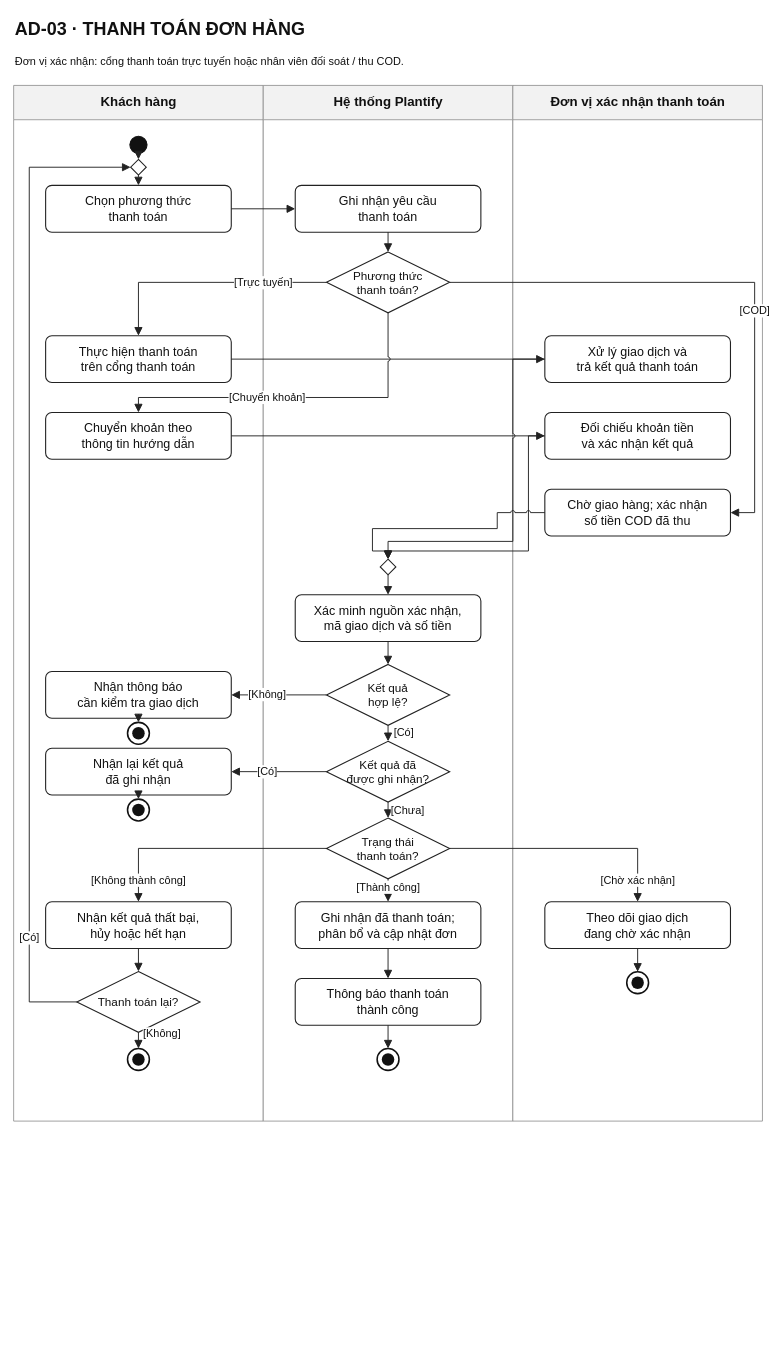
Earlier version of the draw.io diagram docs/activity-diagrams/AD-03-thanh-toan.drawio (quocbao2004/plantify-platform). Source tidied: cells renumbered, new cells numbered last; positions are measured from the earlier drawing's top-left corner, leaving out a move shared by most shapes. Both pictures are drawn from the tidied source at 78%, with x=0, y=0 at pixel (13, 13).
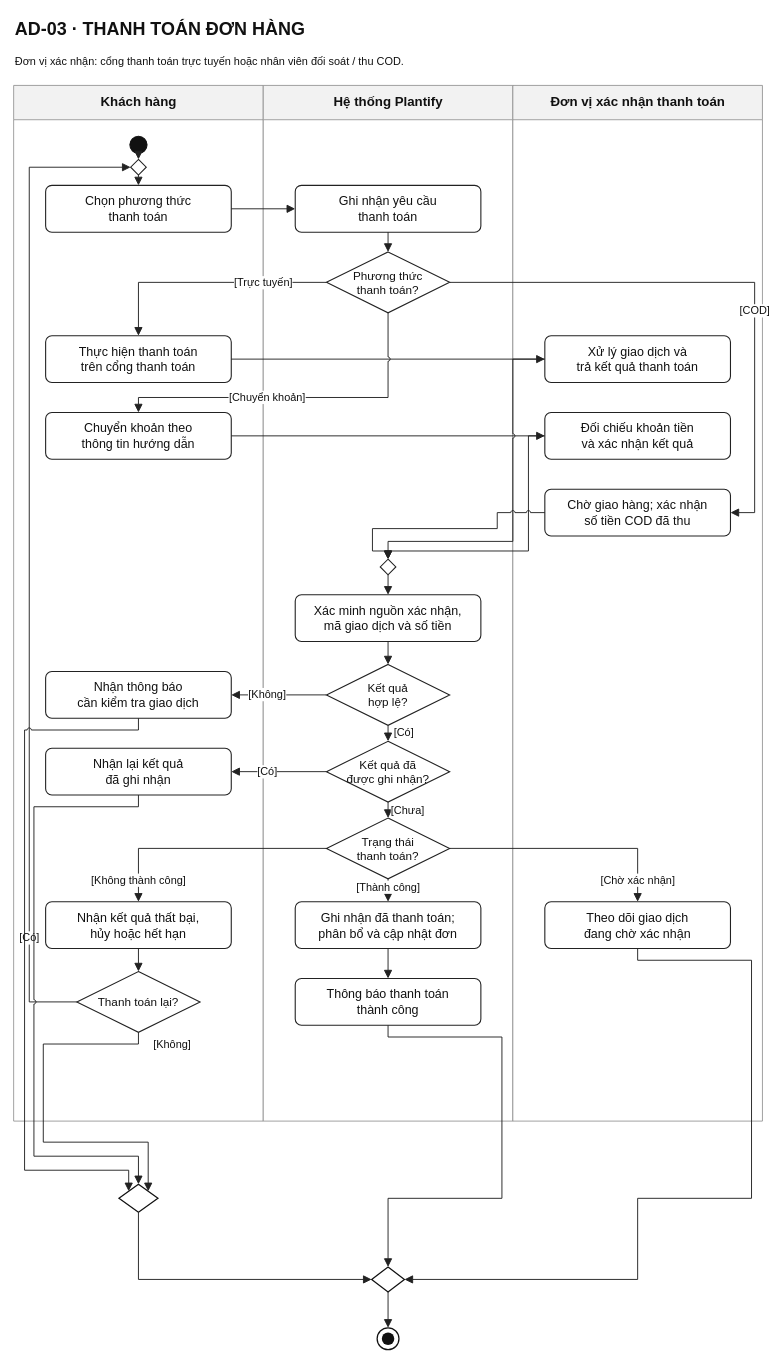
Above is the later version.

Unchanged cells that the change refers to:
```xml
<mxCell id="4" value="Khách hàng" style="swimlane;html=1;horizontal=1;startSize=44;rounded=0;fillColor=#F2F2F2;swimlaneFillColor=#FFFFFF;strokeColor=#888888;strokeWidth=1;fontFamily=Arial;fontSize=17;fontStyle=1;fontColor=#111111;align=center;verticalAlign=middle;" parent="1" vertex="1">
  <mxGeometry y="92" width="320" height="1327.8" as="geometry" />
</mxCell>
<mxCell id="5" value="Hệ thống Plantify" style="swimlane;html=1;horizontal=1;startSize=44;rounded=0;fillColor=#F2F2F2;swimlaneFillColor=#FFFFFF;strokeColor=#888888;strokeWidth=1;fontFamily=Arial;fontSize=17;fontStyle=1;fontColor=#111111;align=center;verticalAlign=middle;" parent="1" vertex="1">
  <mxGeometry x="320" y="92" width="320" height="1327.8" as="geometry" />
</mxCell>
<mxCell id="6" value="Đơn vị xác nhận thanh toán" style="swimlane;html=1;horizontal=1;startSize=44;rounded=0;fillColor=#F2F2F2;swimlaneFillColor=#FFFFFF;strokeColor=#888888;strokeWidth=1;fontFamily=Arial;fontSize=17;fontStyle=1;fontColor=#111111;align=center;verticalAlign=middle;" parent="1" vertex="1">
  <mxGeometry x="640" y="92" width="320" height="1327.8" as="geometry" />
</mxCell>
<mxCell id="20" value="Nhận thông báo&lt;br/&gt;cần kiểm tra giao dịch" style="rounded=1;arcSize=16;absoluteArcSize=1;html=1;whiteSpace=wrap;strokeColor=#222222;strokeWidth=1.4;fillColor=#FFFFFF;fontFamily=Arial;fontSize=16;fontColor=#111111;align=center;verticalAlign=middle;spacing=5;" parent="4" vertex="1">
  <mxGeometry x="41" y="751.4" width="238" height="60" as="geometry" />
</mxCell>
<mxCell id="24" value="Nhận lại kết quả&lt;br/&gt;đã ghi nhận" style="rounded=1;arcSize=16;absoluteArcSize=1;html=1;whiteSpace=wrap;strokeColor=#222222;strokeWidth=1.4;fillColor=#FFFFFF;fontFamily=Arial;fontSize=16;fontColor=#111111;align=center;verticalAlign=middle;spacing=5;" parent="4" vertex="1">
  <mxGeometry x="41" y="849.8" width="238" height="60" as="geometry" />
</mxCell>
<mxCell id="29" value="Thông báo thanh toán&lt;br/&gt;thành công" style="rounded=1;arcSize=16;absoluteArcSize=1;html=1;whiteSpace=wrap;strokeColor=#222222;strokeWidth=1.4;fillColor=#FFFFFF;fontFamily=Arial;fontSize=16;fontColor=#111111;align=center;verticalAlign=middle;spacing=5;" parent="5" vertex="1">
  <mxGeometry x="41" y="1145" width="238" height="60" as="geometry" />
</mxCell>
<mxCell id="33" value="Thanh toán lại?" style="rhombus;perimeter=rhombusPerimeter;html=1;whiteSpace=wrap;strokeColor=#222222;strokeWidth=1.4;fillColor=#FFFFFF;fontFamily=Arial;fontSize=16;fontColor=#111111;align=center;verticalAlign=middle;spacing=5;fontSize=15;" parent="4" vertex="1">
  <mxGeometry x="81" y="1136" width="158" height="78" as="geometry" />
</mxCell>
<mxCell id="36" value="Theo dõi giao dịch&lt;br/&gt;đang chờ xác nhận" style="rounded=1;arcSize=16;absoluteArcSize=1;html=1;whiteSpace=wrap;strokeColor=#222222;strokeWidth=1.4;fillColor=#FFFFFF;fontFamily=Arial;fontSize=16;fontColor=#111111;align=center;verticalAlign=middle;spacing=5;" parent="6" vertex="1">
  <mxGeometry x="41" y="1046.6" width="238" height="60" as="geometry" />
</mxCell>
```

Diff of the diagram source:
```diff
@@
-    <mxCell id="21" style="ellipse;fillColor=#FFFFFF;strokeColor=#111111;strokeWidth=2;" parent="4" vertex="1">
-      <mxGeometry x="146" y="816.6" width="28" height="28" as="geometry" />
-    </mxCell>
-    <mxCell id="22" style="ellipse;fillColor=#111111;strokeColor=none;" parent="21" vertex="1">
-      <mxGeometry x="6" y="6" width="16" height="16" as="geometry" />
-    </mxCell>
@@
-    <mxCell id="25" style="ellipse;fillColor=#FFFFFF;strokeColor=#111111;strokeWidth=2;" parent="4" vertex="1">
-      <mxGeometry x="146" y="915" width="28" height="28" as="geometry" />
-    </mxCell>
-    <mxCell id="26" style="ellipse;fillColor=#111111;strokeColor=none;" parent="25" vertex="1">
-      <mxGeometry x="6" y="6" width="16" height="16" as="geometry" />
-    </mxCell>
@@
-    <mxCell id="30" style="ellipse;fillColor=#FFFFFF;strokeColor=#111111;strokeWidth=2;" parent="5" vertex="1">
-      <mxGeometry x="146" y="1234.8" width="28" height="28" as="geometry" />
-    </mxCell>
-    <mxCell id="31" style="ellipse;fillColor=#111111;strokeColor=none;" parent="30" vertex="1">
-      <mxGeometry x="6" y="6" width="16" height="16" as="geometry" />
-    </mxCell>
@@
-    <mxCell id="34" style="ellipse;fillColor=#FFFFFF;strokeColor=#111111;strokeWidth=2;" parent="4" vertex="1">
-      <mxGeometry x="146" y="1234.8" width="28" height="28" as="geometry" />
-    </mxCell>
-    <mxCell id="35" style="ellipse;fillColor=#111111;strokeColor=none;" parent="34" vertex="1">
-      <mxGeometry x="6" y="6" width="16" height="16" as="geometry" />
-    </mxCell>
@@
-    <mxCell id="37" style="ellipse;fillColor=#FFFFFF;strokeColor=#111111;strokeWidth=2;" parent="6" vertex="1">
-      <mxGeometry x="146" y="1136.4" width="28" height="28" as="geometry" />
-    </mxCell>
-    <mxCell id="38" style="ellipse;fillColor=#111111;strokeColor=none;" parent="37" vertex="1">
-      <mxGeometry x="6" y="6" width="16" height="16" as="geometry" />
-    </mxCell>
@@
-    <mxCell id="54" style="edgeStyle=none;html=1;rounded=0;endArrow=block;endFill=1;endSize=8;startArrow=none;strokeColor=#222222;strokeWidth=1.2;exitX=0.5;exitY=1;exitPerimeter=0;entryX=0.5;entryY=0;entryPerimeter=0;fontFamily=Arial;fontSize=14;fontColor=#111111;labelBackgroundColor=#FFFFFF;jumpStyle=arc;jumpSize=5;spacing=2;" parent="1" edge="1" source="20" target="21">
-      <mxGeometry relative="1" as="geometry" />
-    </mxCell>
@@
-    <mxCell id="57" style="edgeStyle=none;html=1;rounded=0;endArrow=block;endFill=1;endSize=8;startArrow=none;strokeColor=#222222;strokeWidth=1.2;exitX=0.5;exitY=1;exitPerimeter=0;entryX=0.5;entryY=0;entryPerimeter=0;fontFamily=Arial;fontSize=14;fontColor=#111111;labelBackgroundColor=#FFFFFF;jumpStyle=arc;jumpSize=5;spacing=2;" parent="1" edge="1" source="24" target="25">
-      <mxGeometry relative="1" as="geometry" />
-    </mxCell>
@@
-    <mxCell id="61" style="edgeStyle=none;html=1;rounded=0;endArrow=block;endFill=1;endSize=8;startArrow=none;strokeColor=#222222;strokeWidth=1.2;exitX=0.5;exitY=1;exitPerimeter=0;entryX=0.5;entryY=0;entryPerimeter=0;fontFamily=Arial;fontSize=14;fontColor=#111111;labelBackgroundColor=#FFFFFF;jumpStyle=arc;jumpSize=5;spacing=2;" parent="1" edge="1" source="29" target="30">
-      <mxGeometry relative="1" as="geometry" />
-    </mxCell>
@@
-    <mxCell id="64" value="[Không]" style="edgeStyle=none;html=1;rounded=0;endArrow=block;endFill=1;endSize=8;startArrow=none;strokeColor=#222222;strokeWidth=1.2;exitX=0.5;exitY=1;exitPerimeter=0;entryX=0.5;entryY=0;entryPerimeter=0;fontFamily=Arial;fontSize=14;fontColor=#111111;labelBackgroundColor=#FFFFFF;jumpStyle=arc;jumpSize=5;spacing=2;" parent="1" edge="1" source="33" target="34">
-      <mxGeometry relative="1" as="geometry">
-        <mxPoint x="30" y="-8.4" as="offset" />
-      </mxGeometry>
-    </mxCell>
@@
+    <mxCell id="68" style="rhombus;perimeter=rhombusPerimeter;html=1;fillColor=#FFFFFF;strokeColor=#111111;strokeWidth=1.6;" parent="1" vertex="1">
+      <mxGeometry x="459" y="1606.8" width="42" height="32" as="geometry" />
+    </mxCell>
+    <mxCell id="69" style="ellipse;html=1;fillColor=#FFFFFF;strokeColor=#111111;strokeWidth=1.6;" parent="1" vertex="1">
+      <mxGeometry x="466" y="1684.8" width="28" height="28" as="geometry" />
+    </mxCell>
+    <mxCell id="70" style="ellipse;fillColor=#111111;strokeColor=none;" parent="69" vertex="1">
+      <mxGeometry x="6" y="6" width="16" height="16" as="geometry" />
+    </mxCell>
+    <mxCell id="71" style="rhombus;perimeter=rhombusPerimeter;html=1;fillColor=#FFFFFF;strokeColor=#111111;strokeWidth=1.6;" parent="1" vertex="1">
+      <mxGeometry x="135" y="1500.8" width="50" height="36" as="geometry" />
+    </mxCell>
+    <mxCell id="54" style="edgeStyle=none;html=1;rounded=0;endArrow=block;endFill=1;endSize=8;startArrow=none;strokeColor=#222222;strokeWidth=1.2;exitX=0.5;exitY=1;exitPerimeter=0;entryX=0.25;entryY=0.25;entryPerimeter=0;fontFamily=Arial;fontSize=14;fontColor=#111111;labelBackgroundColor=#FFFFFF;jumpStyle=arc;jumpSize=5;spacing=2;" parent="1" edge="1" source="20" target="71">
+      <mxGeometry relative="1" as="geometry">
+        <Array as="points">
+          <mxPoint x="160" y="918.4" />
+          <mxPoint x="14" y="918.4" />
+          <mxPoint x="14" y="1482.8" />
+          <mxPoint x="147.5" y="1482.8" />
+        </Array>
+      </mxGeometry>
+    </mxCell>
+    <mxCell id="57" style="edgeStyle=none;html=1;rounded=0;endArrow=block;endFill=1;endSize=8;startArrow=none;strokeColor=#222222;strokeWidth=1.2;exitX=0.5;exitY=1;exitPerimeter=0;entryX=0.5;entryY=0.0;entryPerimeter=0;fontFamily=Arial;fontSize=14;fontColor=#111111;labelBackgroundColor=#FFFFFF;jumpStyle=arc;jumpSize=5;spacing=2;" parent="1" edge="1" source="24" target="71">
+      <mxGeometry relative="1" as="geometry">
+        <Array as="points">
+          <mxPoint x="160" y="1016.8" />
+          <mxPoint x="26" y="1016.8" />
+          <mxPoint x="26" y="1464.8" />
+          <mxPoint x="160" y="1464.8" />
+        </Array>
+      </mxGeometry>
+    </mxCell>
+    <mxCell id="64" value="[Không]" style="edgeStyle=none;html=1;rounded=0;endArrow=block;endFill=1;endSize=8;startArrow=none;strokeColor=#222222;strokeWidth=1.2;exitX=0.5;exitY=1;exitPerimeter=0;entryX=0.75;entryY=0.25;entryPerimeter=0;fontFamily=Arial;fontSize=14;fontColor=#111111;labelBackgroundColor=#FFFFFF;jumpStyle=arc;jumpSize=5;spacing=2;" parent="1" edge="1" source="33" target="71">
+      <mxGeometry relative="1" as="geometry">
+        <Array as="points">
+          <mxPoint x="160" y="1321" />
+          <mxPoint x="38" y="1321" />
+          <mxPoint x="38" y="1446.8" />
+          <mxPoint x="172.5" y="1446.8" />
+        </Array>
+        <mxPoint x="165" y="-93.2" as="offset" />
+      </mxGeometry>
+    </mxCell>
+    <mxCell id="72" style="edgeStyle=none;html=1;rounded=0;endArrow=block;endFill=1;endSize=8;startArrow=none;strokeColor=#222222;strokeWidth=1.2;exitX=0.5;exitY=1;exitPerimeter=0;entryX=0;entryY=0.5;entryPerimeter=0;fontFamily=Arial;fontSize=14;fontColor=#111111;labelBackgroundColor=#FFFFFF;jumpStyle=arc;jumpSize=5;spacing=2;" parent="1" edge="1" source="71" target="68">
+      <mxGeometry relative="1" as="geometry">
+        <Array as="points">
+          <mxPoint x="160" y="1622.8" />
+        </Array>
+      </mxGeometry>
+    </mxCell>
+    <mxCell id="61" style="edgeStyle=none;html=1;rounded=0;endArrow=block;endFill=1;endSize=8;startArrow=none;strokeColor=#222222;strokeWidth=1.2;exitX=0.5;exitY=1;exitPerimeter=0;entryX=0.5;entryY=0;entryPerimeter=0;fontFamily=Arial;fontSize=14;fontColor=#111111;labelBackgroundColor=#FFFFFF;jumpStyle=arc;jumpSize=5;spacing=2;" parent="1" edge="1" source="29" target="68">
+      <mxGeometry relative="1" as="geometry">
+        <Array as="points">
+          <mxPoint x="480" y="1312" />
+          <mxPoint x="626" y="1312" />
+          <mxPoint x="626" y="1518.8" />
+          <mxPoint x="480" y="1518.8" />
+        </Array>
+      </mxGeometry>
+    </mxCell>
-    <mxCell id="67" style="edgeStyle=none;html=1;rounded=0;endArrow=block;endFill=1;endSize=8;startArrow=none;strokeColor=#222222;strokeWidth=1.2;exitX=0.5;exitY=1;exitPerimeter=0;entryX=0.5;entryY=0;entryPerimeter=0;fontFamily=Arial;fontSize=14;fontColor=#111111;labelBackgroundColor=#FFFFFF;jumpStyle=arc;jumpSize=5;spacing=2;" parent="1" edge="1" source="36" target="37">
-      <mxGeometry relative="1" as="geometry" />
+    <mxCell id="67" style="edgeStyle=none;html=1;rounded=0;endArrow=block;endFill=1;endSize=8;startArrow=none;strokeColor=#222222;strokeWidth=1.2;exitX=0.5;exitY=1;exitPerimeter=0;entryX=1;entryY=0.5;entryPerimeter=0;fontFamily=Arial;fontSize=14;fontColor=#111111;labelBackgroundColor=#FFFFFF;jumpStyle=arc;jumpSize=5;spacing=2;" parent="1" edge="1" source="36" target="68">
+      <mxGeometry relative="1" as="geometry">
+        <Array as="points">
+          <mxPoint x="800" y="1213.6" />
+          <mxPoint x="946" y="1213.6" />
+          <mxPoint x="946" y="1518.8" />
+          <mxPoint x="800" y="1518.8" />
+          <mxPoint x="800" y="1622.8" />
+        </Array>
+      </mxGeometry>
     </mxCell>
+    <mxCell id="73" style="edgeStyle=none;html=1;rounded=0;endArrow=block;endFill=1;endSize=8;startArrow=none;strokeColor=#222222;strokeWidth=1.2;exitX=0.5;exitY=1;exitPerimeter=0;entryX=0.5;entryY=0;entryPerimeter=0;fontFamily=Arial;fontSize=14;fontColor=#111111;labelBackgroundColor=#FFFFFF;jumpStyle=arc;jumpSize=5;spacing=2;" parent="1" edge="1" source="68" target="69">
+      <mxGeometry relative="1" as="geometry" />
+    </mxCell>
```
